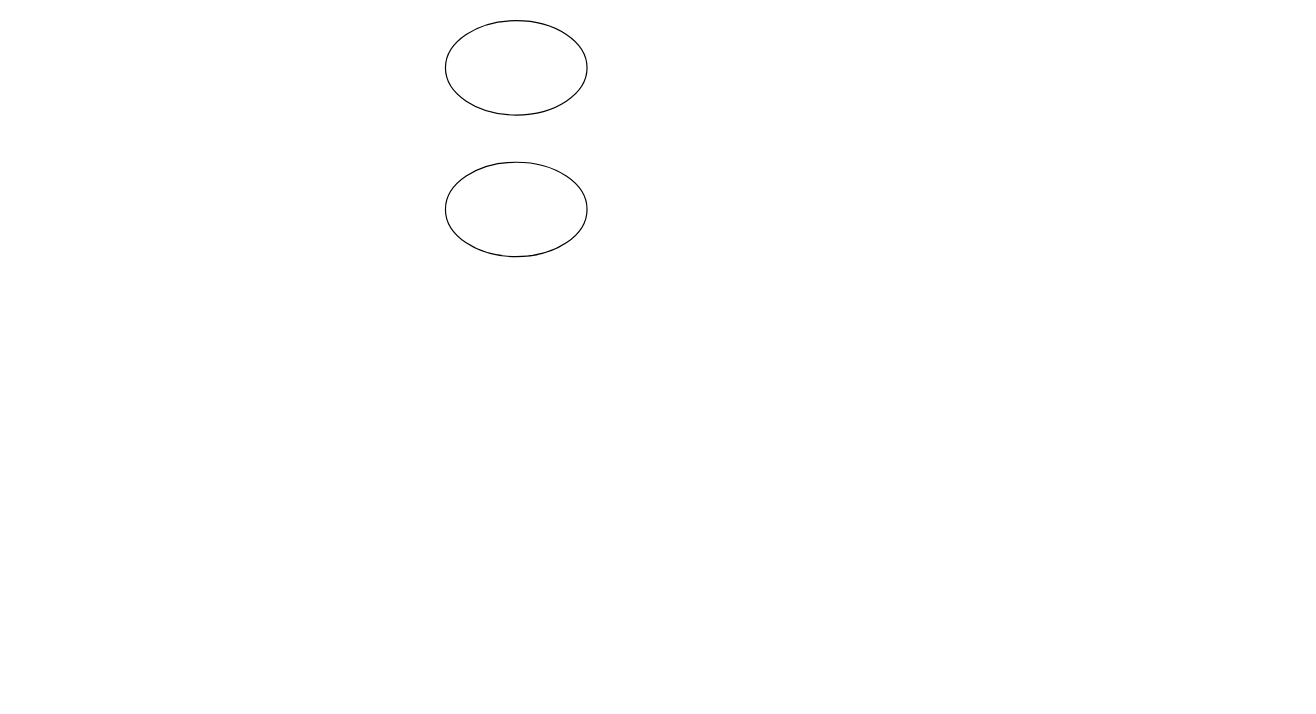
tuanthanhhh/tuanthanhhh keeps this draw.io diagram as Biểu đồ không có tiêu đề.drawio. Above is the earlier version. Source tidied: cells renumbered, new cells numbered last; positions are measured from the earlier drawing's top-left corner, leaving out a move shared by most shapes. Both pictures are drawn from the tidied source at 118%, with x=0, y=0 at pixel (445, 20).
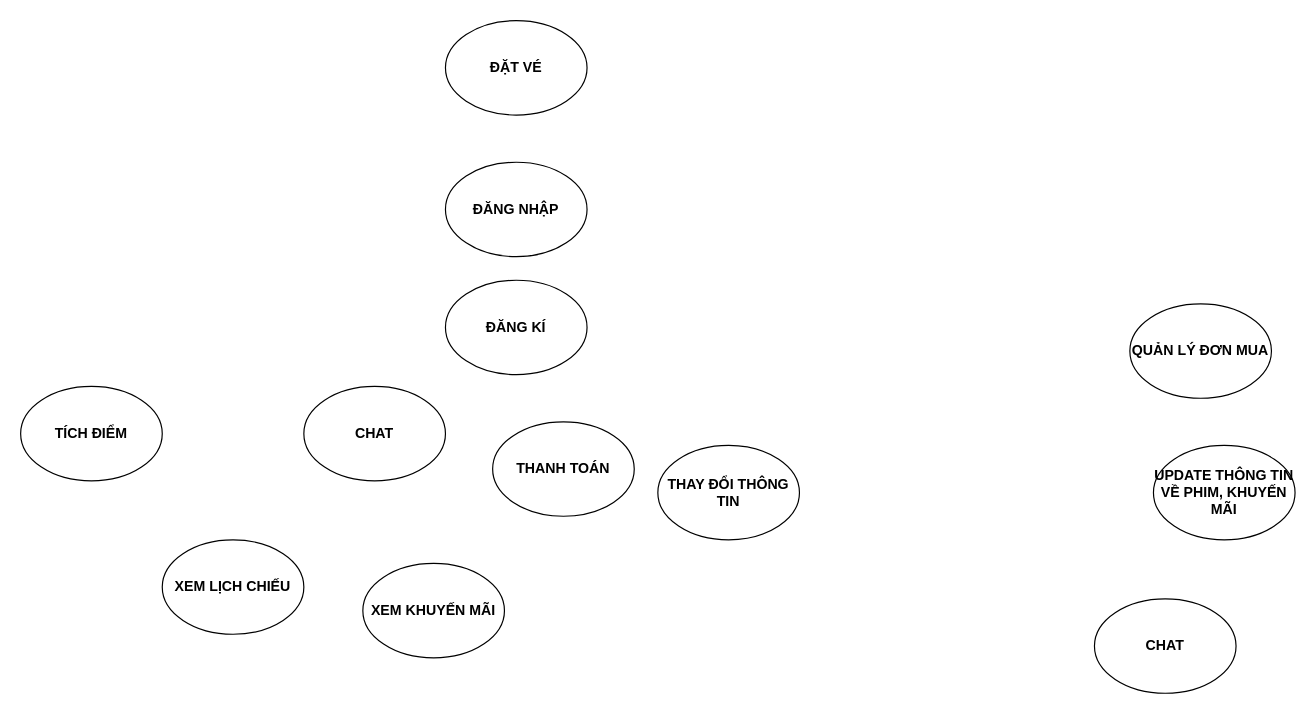
The same diagram, later.

Commit message (it also covers changes not shown here):
Cập nhật Biểu đồ không có tiêu đề.drawio

Diff of the diagram source:
```diff
@@
 <mxGraphModel>
   <root>
     <mxCell id="0" />
     <mxCell id="1" parent="0" />
-    <mxCell id="2" style="ellipse;whiteSpace=wrap;html=1;" parent="1" vertex="1">
+    <mxCell id="2" value="&lt;b&gt;ĐẶT VÉ&lt;/b&gt;" style="ellipse;whiteSpace=wrap;html=1;" parent="1" vertex="1">
       <mxGeometry width="120" height="80" as="geometry" />
     </mxCell>
-    <mxCell id="3" style="ellipse;whiteSpace=wrap;html=1;" parent="1" vertex="1">
+    <mxCell id="3" value="&lt;b&gt;ĐĂNG NHẬP&lt;/b&gt;" style="ellipse;whiteSpace=wrap;html=1;" parent="1" vertex="1">
       <mxGeometry y="120" width="120" height="80" as="geometry" />
     </mxCell>
+    <mxCell id="4" value="&lt;b&gt;ĐĂNG KÍ&lt;/b&gt;" style="ellipse;whiteSpace=wrap;html=1;" parent="1" vertex="1">
+      <mxGeometry y="220" width="120" height="80" as="geometry" />
+    </mxCell>
+    <mxCell id="5" value="&lt;b&gt;THANH TOÁN&lt;/b&gt;" style="ellipse;whiteSpace=wrap;html=1;" parent="1" vertex="1">
+      <mxGeometry x="40" y="340" width="120" height="80" as="geometry" />
+    </mxCell>
+    <mxCell id="6" value="&lt;b&gt;XEM KHUYẾN MÃI&lt;/b&gt;" style="ellipse;whiteSpace=wrap;html=1;" parent="1" vertex="1">
+      <mxGeometry x="-70" y="460" width="120" height="80" as="geometry" />
+    </mxCell>
+    <mxCell id="7" value="&lt;b&gt;THAY ĐỔI THÔNG TIN&lt;/b&gt;" style="ellipse;whiteSpace=wrap;html=1;" parent="1" vertex="1">
+      <mxGeometry x="180" y="360" width="120" height="80" as="geometry" />
+    </mxCell>
+    <mxCell id="8" value="&lt;b&gt;XEM LỊCH CHIẾU&lt;/b&gt;" style="ellipse;whiteSpace=wrap;html=1;" parent="1" vertex="1">
+      <mxGeometry x="-240" y="440" width="120" height="80" as="geometry" />
+    </mxCell>
+    <mxCell id="9" value="&lt;b&gt;CHAT&lt;/b&gt;" style="ellipse;whiteSpace=wrap;html=1;" parent="1" vertex="1">
+      <mxGeometry x="-120" y="310" width="120" height="80" as="geometry" />
+    </mxCell>
+    <mxCell id="10" value="&lt;b&gt;TÍCH ĐIỂM&lt;/b&gt;" style="ellipse;whiteSpace=wrap;html=1;" parent="1" vertex="1">
+      <mxGeometry x="-360" y="310" width="120" height="80" as="geometry" />
+    </mxCell>
+    <mxCell id="11" value="&lt;b&gt;QUẢN LÝ ĐƠN MUA&lt;/b&gt;" style="ellipse;whiteSpace=wrap;html=1;" parent="1" vertex="1">
+      <mxGeometry x="580" y="240" width="120" height="80" as="geometry" />
+    </mxCell>
+    <mxCell id="12" value="&lt;b&gt;UPDATE THÔNG TIN VỀ PHIM, KHUYẾN MÃI&lt;/b&gt;" style="ellipse;whiteSpace=wrap;html=1;" parent="1" vertex="1">
+      <mxGeometry x="600" y="360" width="120" height="80" as="geometry" />
+    </mxCell>
+    <mxCell id="13" value="&lt;b&gt;CHAT&lt;/b&gt;" style="ellipse;whiteSpace=wrap;html=1;" parent="1" vertex="1">
+      <mxGeometry x="550" y="490" width="120" height="80" as="geometry" />
+    </mxCell>
   </root>
 </mxGraphModel>
```
